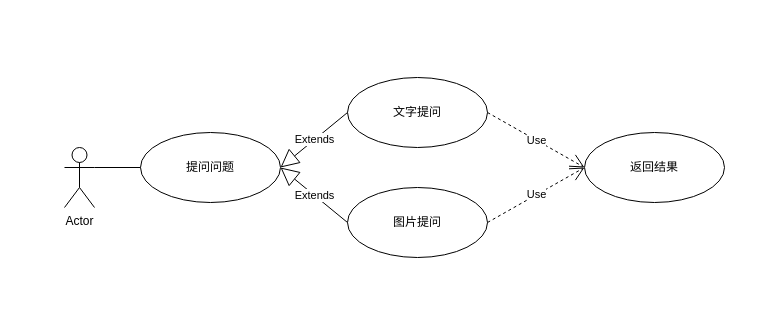
Earlier version of the draw.io diagram test用例图1.drawio (Zha0-Hu1/diaw.io). Source tidied: cells renumbered, new cells numbered last; positions are measured from the earlier drawing's top-left corner, leaving out a move shared by most shapes. Both pictures are drawn from the tidied source at 100%, with x=0, y=0 at pixel (64, 77).
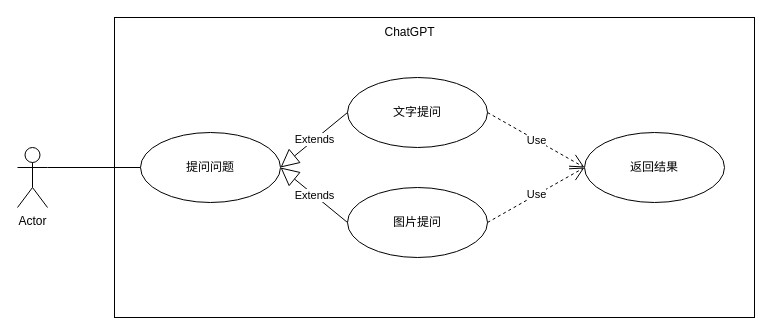
Above is the later version.

Commit message:
更新test用例图1.drawio

Diff of the diagram source:
```diff
@@
 <mxGraphModel>
   <root>
     <mxCell id="0" />
     <mxCell id="1" parent="0" />
     <mxCell id="2" value="Actor" style="shape=umlActor;verticalLabelPosition=bottom;verticalAlign=top;html=1;" parent="1" vertex="1">
-      <mxGeometry y="70" width="30" height="60" as="geometry" />
+      <mxGeometry x="-47" y="70" width="30" height="60" as="geometry" />
     </mxCell>
+    <mxCell id="12" style="rounded=0;whiteSpace=wrap;html=1;" parent="1" vertex="1">
+      <mxGeometry x="50" y="-60" width="640" height="300" as="geometry" />
+    </mxCell>
     <mxCell id="3" value="提问问题" style="ellipse;whiteSpace=wrap;html=1;" parent="1" vertex="1">
       <mxGeometry x="76" y="55" width="140" height="70" as="geometry" />
     </mxCell>
-    <mxCell id="4" style="endArrow=none;html=1;rounded=0;entryX=0;entryY=0.5;entryDx=0;entryDy=0;exitX=1;exitY=0.3333333333333333;exitDx=0;exitDy=0;exitPerimeter=0;" parent="1" edge="1" source="2" target="3">
-      <mxGeometry relative="1" as="geometry" />
-    </mxCell>
     <mxCell id="5" value="文字提问" style="ellipse;whiteSpace=wrap;html=1;" parent="1" vertex="1">
       <mxGeometry x="283" width="140" height="70" as="geometry" />
     </mxCell>
     <mxCell id="6" value="图片提问" style="ellipse;whiteSpace=wrap;html=1;" parent="1" vertex="1">
       <mxGeometry x="283" y="110" width="140" height="70" as="geometry" />
     </mxCell>
     <mxCell id="7" value="Extends" style="endArrow=block;endSize=16;endFill=0;html=1;rounded=0;entryX=1;entryY=0.5;entryDx=0;entryDy=0;exitX=0;exitY=0.5;exitDx=0;exitDy=0;" parent="1" edge="1" source="5" target="3">
       <mxGeometry relative="1" as="geometry" />
     </mxCell>
     <mxCell id="8" value="Extends" style="endArrow=block;endSize=16;endFill=0;html=1;rounded=0;entryX=1;entryY=0.5;entryDx=0;entryDy=0;exitX=0;exitY=0.5;exitDx=0;exitDy=0;" parent="1" edge="1" source="6" target="3">
       <mxGeometry relative="1" as="geometry" />
     </mxCell>
     <mxCell id="9" value="返回结果" style="ellipse;whiteSpace=wrap;html=1;" parent="1" vertex="1">
       <mxGeometry x="520" y="55" width="140" height="70" as="geometry" />
     </mxCell>
     <mxCell id="10" value="Use" style="endArrow=open;endSize=12;dashed=1;html=1;rounded=0;entryX=0;entryY=0.5;entryDx=0;entryDy=0;exitX=1;exitY=0.5;exitDx=0;exitDy=0;" parent="1" edge="1" source="5" target="9">
       <mxGeometry relative="1" as="geometry" />
     </mxCell>
     <mxCell id="11" value="Use" style="endArrow=open;endSize=12;dashed=1;html=1;rounded=0;entryX=0;entryY=0.5;entryDx=0;entryDy=0;exitX=1;exitY=0.5;exitDx=0;exitDy=0;" parent="1" edge="1" source="6" target="9">
       <mxGeometry relative="1" as="geometry" />
     </mxCell>
+    <mxCell id="4" style="endArrow=none;html=1;rounded=0;exitX=1;exitY=0.3333333333333333;exitDx=0;exitDy=0;exitPerimeter=0;entryX=0;entryY=0.5;entryDx=0;entryDy=0;" parent="1" edge="1" source="2" target="3">
+      <mxGeometry relative="1" as="geometry" />
+    </mxCell>
+    <mxCell id="13" value="ChatGPT" style="text;html=1;align=center;verticalAlign=middle;strokeColor=none;fillColor=none;" parent="1" vertex="1">
+      <mxGeometry x="310" y="-60" width="70" height="30" as="geometry" />
+    </mxCell>
   </root>
 </mxGraphModel>
```
